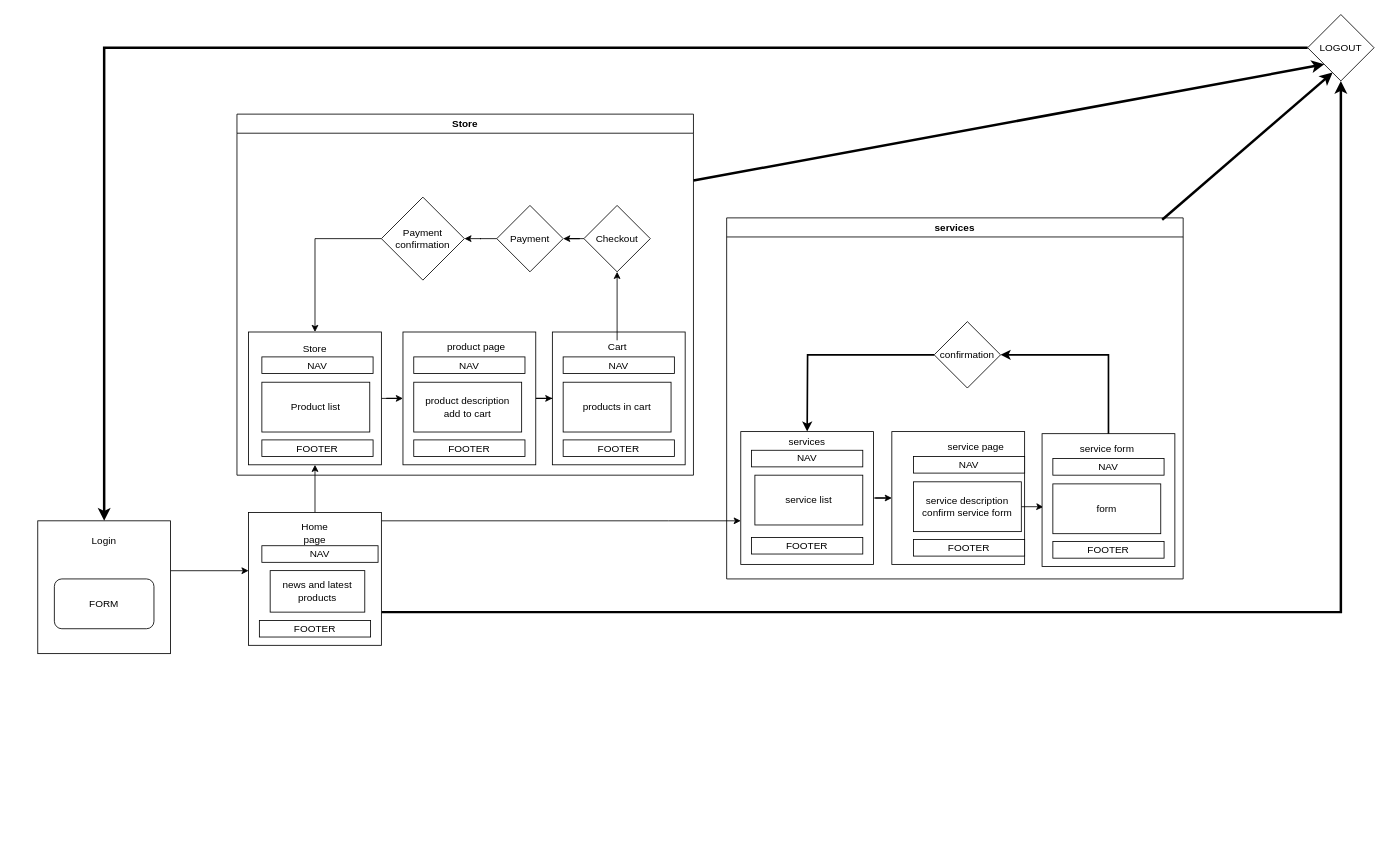
Earlier version of the draw.io diagram Untitled Diagram.drawio (davisvaceris/www_3_sem_real). Source tidied: cells renumbered, new cells numbered last; positions are measured from the earlier drawing's top-left corner, leaving out a move shared by most shapes. Both pictures are drawn from the tidied source at 83%, with x=0, y=0 at pixel (37, 14).
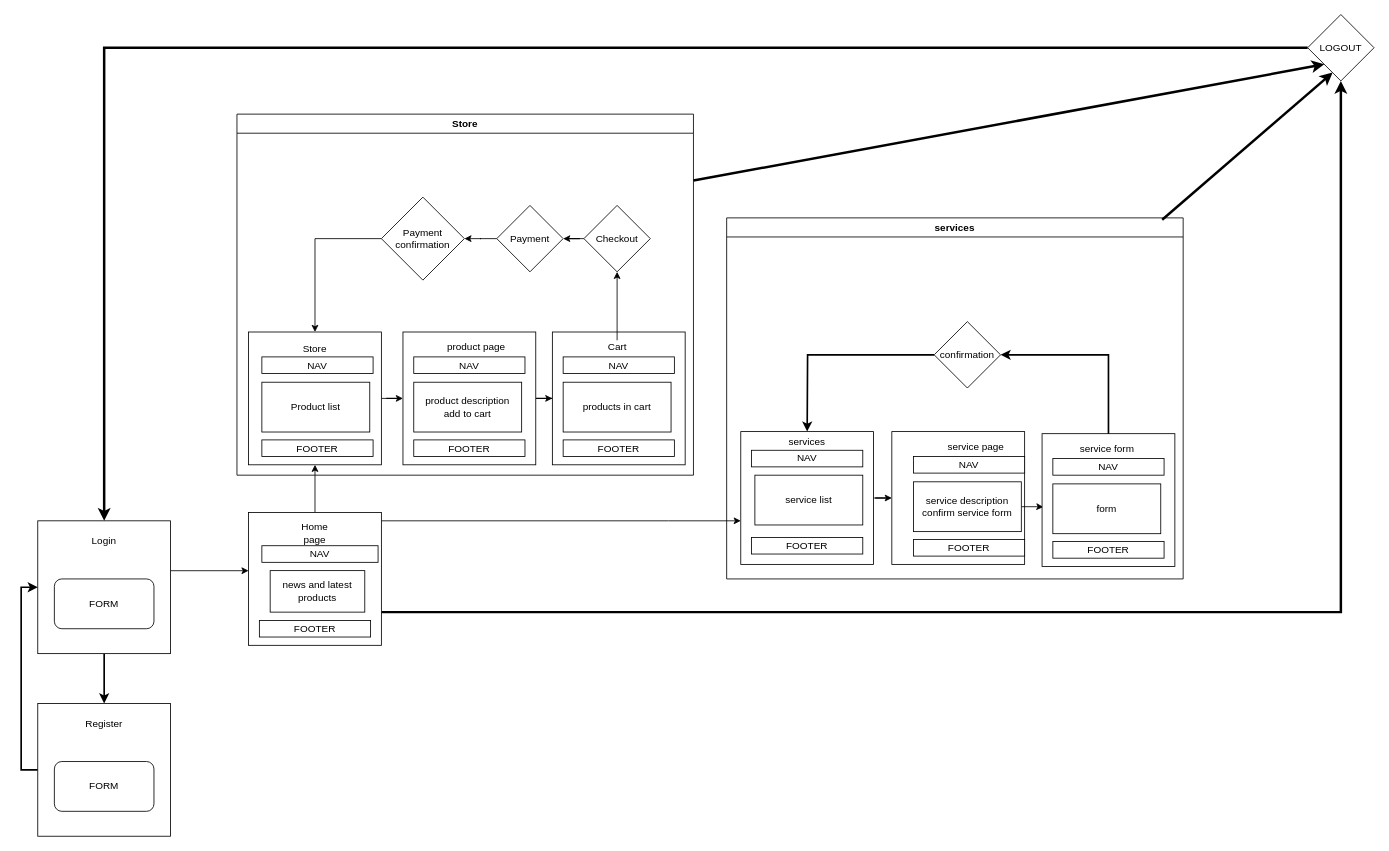
After the change.

Unchanged cells that the change refers to:
```xml
<mxCell id="3" style="whiteSpace=wrap;html=1;" parent="1" vertex="1">
  <mxGeometry y="610" width="160" height="160" as="geometry" />
</mxCell>
```

What changed in the source:
```diff
@@
+    <mxCell id="64" style="edgeStyle=orthogonalEdgeStyle;rounded=0;comic=0;jumpSize=3;jettySize=auto;html=1;entryX=0.5;entryY=0;entryDx=0;entryDy=0;strokeWidth=2;" parent="1" edge="1" source="3" target="66">
+      <mxGeometry relative="1" as="geometry" />
+    </mxCell>
@@
+    <mxCell id="65" style="edgeStyle=orthogonalEdgeStyle;rounded=0;comic=0;jumpSize=3;jettySize=auto;html=1;strokeWidth=2;entryX=0;entryY=0.5;entryDx=0;entryDy=0;" parent="1" edge="1" source="66" target="3">
+      <mxGeometry relative="1" as="geometry">
+        <Array as="points">
+          <mxPoint x="-20" y="910" />
+          <mxPoint x="-20" y="690" />
+        </Array>
+      </mxGeometry>
+    </mxCell>
+    <mxCell id="66" style="whiteSpace=wrap;html=1;" parent="1" vertex="1">
+      <mxGeometry y="830" width="160" height="160" as="geometry" />
+    </mxCell>
+    <mxCell id="67" value="Register" style="text;html=1;strokeColor=none;fillColor=none;align=center;verticalAlign=middle;whiteSpace=wrap;rounded=0;" parent="1" vertex="1">
+      <mxGeometry x="50" y="840" width="60" height="30" as="geometry" />
+    </mxCell>
+    <mxCell id="68" value="FORM " style="rounded=1;whiteSpace=wrap;html=1;" parent="1" vertex="1">
+      <mxGeometry x="20" y="900" width="120" height="60" as="geometry" />
+    </mxCell>
```
